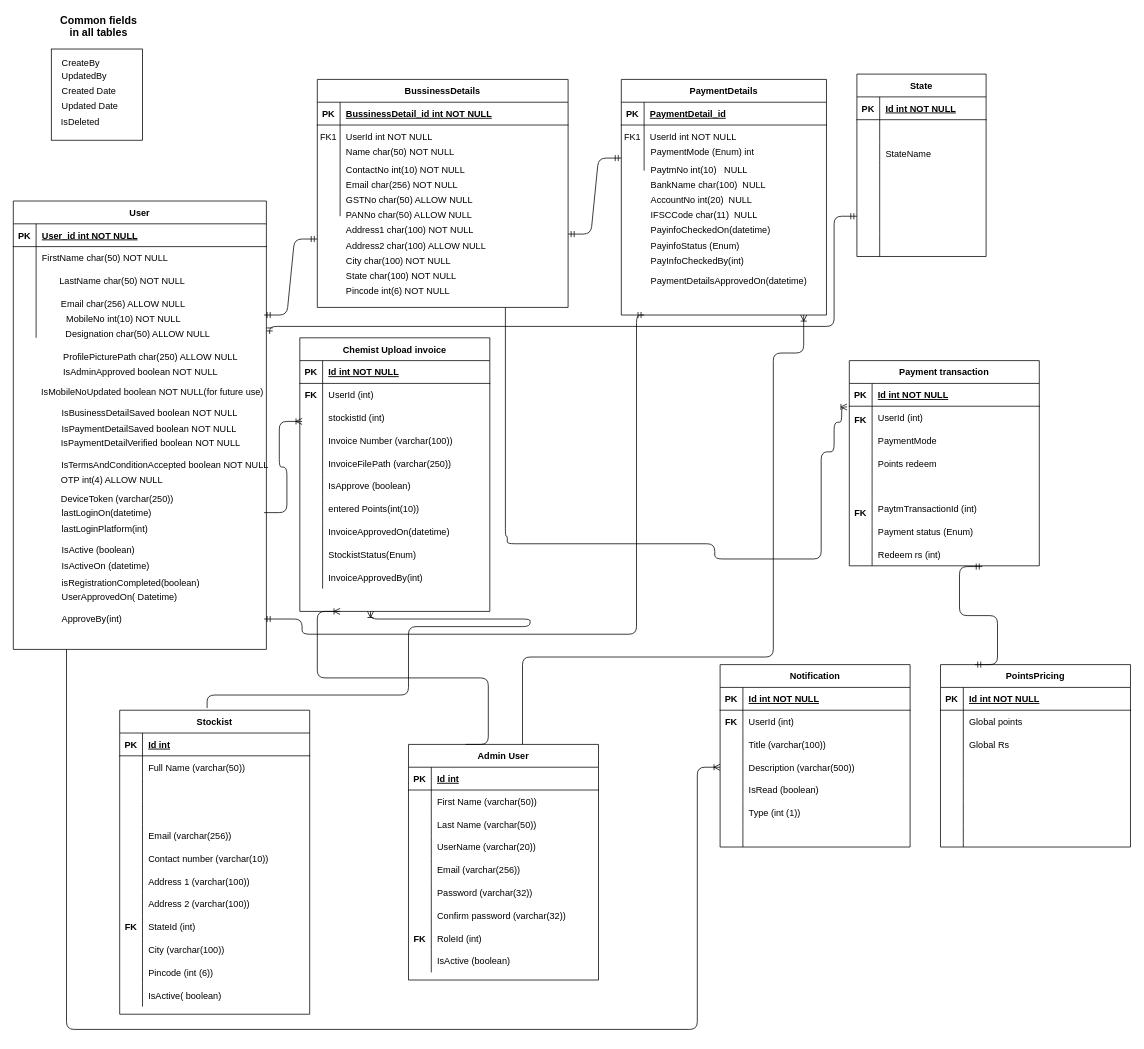
This is ProfitorERD.drawio from NirikshaSoni/TestProject, a draw.io file, before an edit. Source tidied: cells renumbered, new cells numbered last; positions are measured from the earlier drawing's top-left corner, leaving out a move shared by most shapes. Both pictures are drawn from the tidied source at 76%, with x=0, y=0 at pixel (13, 18).
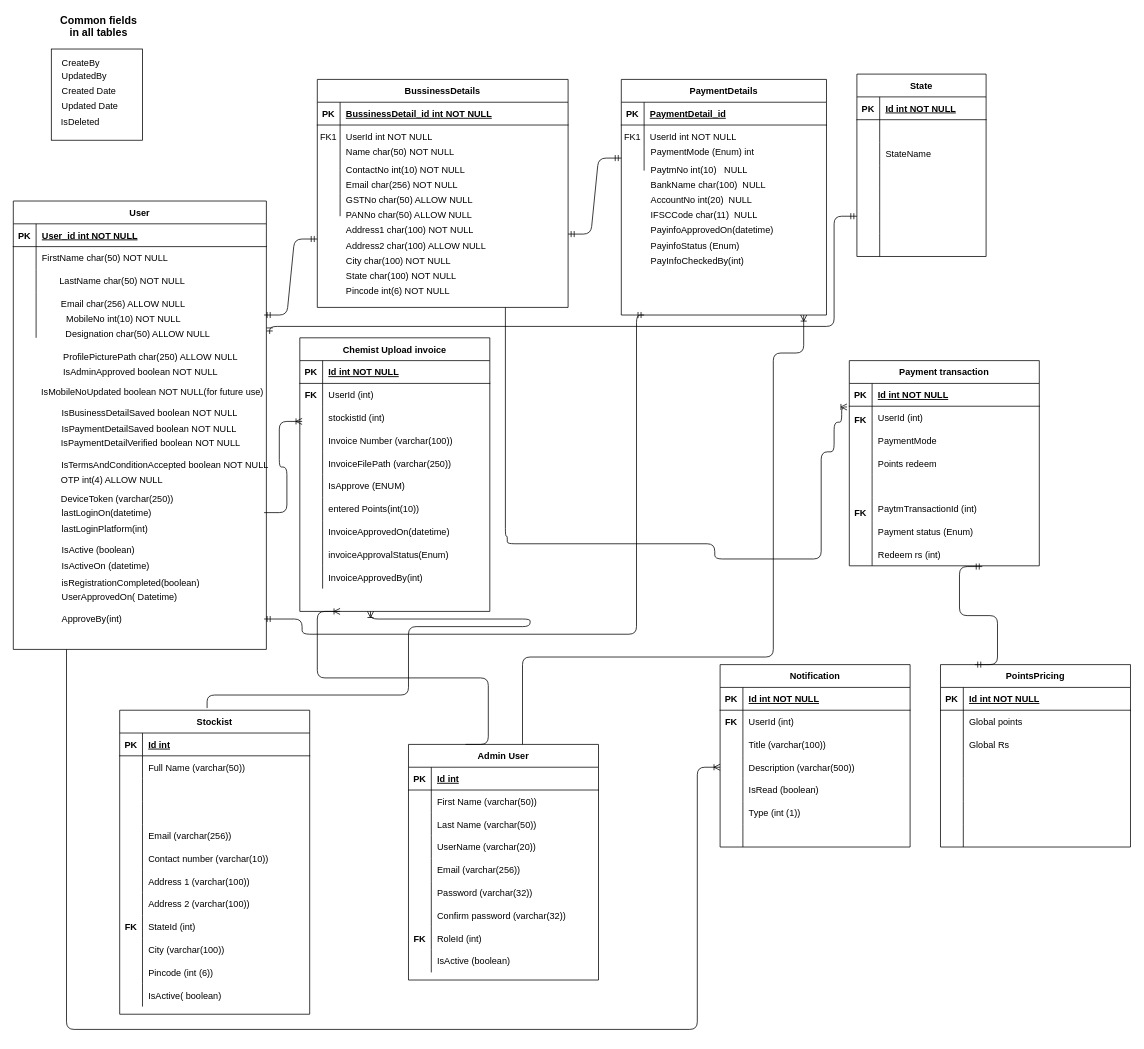
The same page after the edit.

The change refers to these unchanged cells:
```xml
<mxCell id="47" style="shape=partialRectangle;fillColor=none;top=0;left=0;right=0;bottom=0;" parent="31" vertex="1">
  <mxGeometry y="180" width="250" height="30" as="geometry" />
</mxCell>
<mxCell id="56" style="shape=partialRectangle;fillColor=none;top=0;left=0;right=0;bottom=0;" parent="31" vertex="1">
  <mxGeometry y="270" width="250" height="30" as="geometry" />
</mxCell>
```

Change to the diagram source:
```diff
@@
-    <mxCell id="49" value="IsApprove (boolean)" style="shape=partialRectangle;overflow=hidden;fillColor=none;top=0;left=0;bottom=0;right=0;align=left;spacingLeft=6;" parent="47" vertex="1">
+    <mxCell id="49" value="IsApprove (ENUM)" style="shape=partialRectangle;overflow=hidden;fillColor=none;top=0;left=0;bottom=0;right=0;align=left;spacingLeft=6;" parent="47" vertex="1">
       <mxGeometry x="30" width="220" height="30" as="geometry" />
     </mxCell>
@@
-    <mxCell id="58" value="StockistStatus(Enum)" style="shape=partialRectangle;overflow=hidden;fillColor=none;top=0;left=0;bottom=0;right=0;align=left;spacingLeft=6;" parent="56" vertex="1">
+    <mxCell id="58" value="invoiceApprovalStatus(Enum)" style="shape=partialRectangle;overflow=hidden;fillColor=none;top=0;left=0;bottom=0;right=0;align=left;spacingLeft=6;" parent="56" vertex="1">
       <mxGeometry x="30" width="220" height="30" as="geometry" />
     </mxCell>
@@
-    <mxCell id="264" value="PayinfoCheckedOn(datetime)" style="shape=partialRectangle;overflow=hidden;fillColor=none;top=0;left=0;bottom=0;right=0;align=left;spacingLeft=6;" parent="1" vertex="1">
+    <mxCell id="264" value="PayinfoApprovedOn(datetime)" style="shape=partialRectangle;overflow=hidden;fillColor=none;top=0;left=0;bottom=0;right=0;align=left;spacingLeft=6;" parent="1" vertex="1">
       <mxGeometry x="831" y="263" width="220" height="30" as="geometry" />
     </mxCell>
@@
-    <mxCell id="270" value="PaymentDetailsApprovedOn(datetime)" style="shape=partialRectangle;overflow=hidden;fillColor=none;top=0;left=0;bottom=0;right=0;align=left;spacingLeft=6;" parent="1" vertex="1">
-      <mxGeometry x="831" y="330" width="287" height="30" as="geometry" />
-    </mxCell>
```
